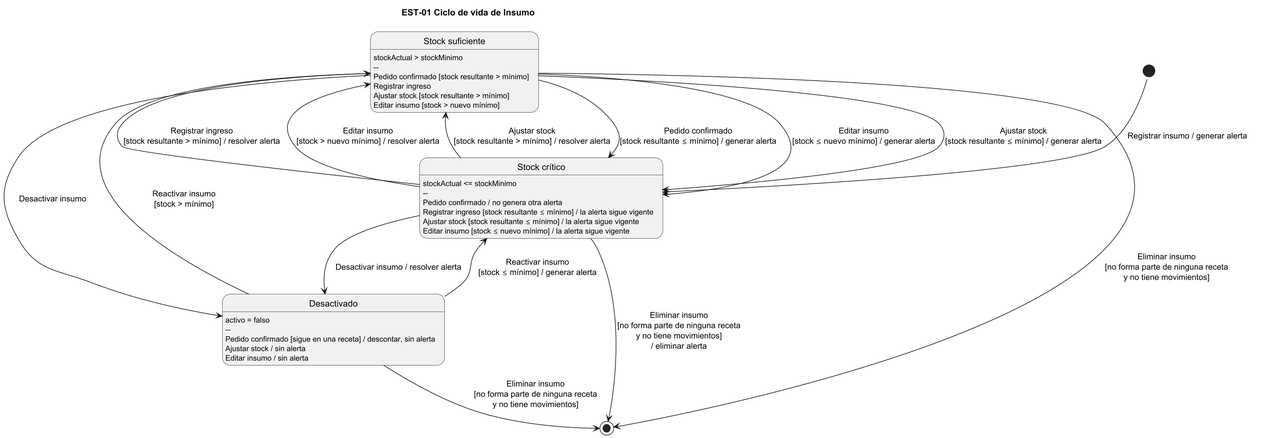
Earlier version of the PlantUML export diagramas/est-01.png (lambtto/Gestor-Inventario-Brookie). Source of this version:
```plantuml
@startuml est-01
!pragma layout smetana
title EST-01 Ciclo de vida de Insumo
skinparam dpi 140
skinparam nodesep 90
skinparam ranksep 70
state "Stock suficiente" as Suf
state "Stock crítico" as Cri
state "Desactivado" as Des

Suf : stockActual > stockMinimo
Suf : --
Suf : Pedido confirmado [stock resultante > mínimo]
Suf : Registrar ingreso
Suf : Ajustar stock [stock resultante > mínimo]
Suf : Editar insumo [stock > nuevo mínimo]
Cri : stockActual <= stockMinimo
Cri : --
Cri : Pedido confirmado / no genera otra alerta
Cri : Registrar ingreso [stock resultante ≤ mínimo] / la alerta sigue vigente
Cri : Ajustar stock [stock resultante ≤ mínimo] / la alerta sigue vigente
Cri : Editar insumo [stock ≤ nuevo mínimo] / la alerta sigue vigente
Des : activo = falso
Des : --
Des : Pedido confirmado [sigue en una receta] / descontar, sin alerta
Des : Ajustar stock / sin alerta
Des : Editar insumo / sin alerta

[*] --> Cri : Registrar insumo / generar alerta
Suf --> Cri : Pedido confirmado\n[stock resultante ≤ mínimo] / generar alerta
Cri --> Suf : Registrar ingreso\n[stock resultante > mínimo] / resolver alerta
Suf --> Des : Desactivar insumo
Cri --> Des : Desactivar insumo / resolver alerta
Suf --> [*] : Eliminar insumo\n[no forma parte de ninguna receta\ny no tiene movimientos]
Cri --> [*] : Eliminar insumo\n[no forma parte de ninguna receta\ny no tiene movimientos]\n/ eliminar alerta
Des --> [*] : Eliminar insumo\n[no forma parte de ninguna receta\ny no tiene movimientos]
Des --> Cri : Reactivar insumo\n[stock ≤ mínimo] / generar alerta
Des --> Suf : Reactivar insumo\n[stock > mínimo]
Suf --> Cri : Editar insumo\n[stock ≤ nuevo mínimo] / generar alerta
Cri --> Suf : Editar insumo\n[stock > nuevo mínimo] / resolver alerta
Suf --> Cri : Ajustar stock\n[stock resultante ≤ mínimo] / generar alerta
Cri --> Suf : Ajustar stock\n[stock resultante > mínimo] / resolver alerta
@enduml
```
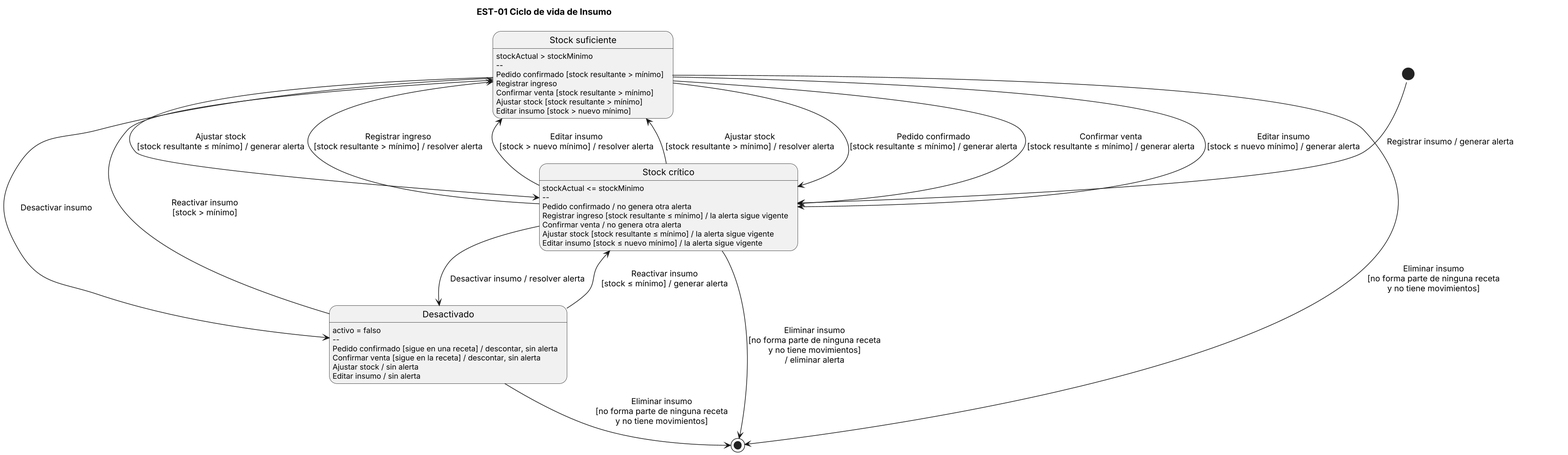
Above is the later version.

Diff of the diagram source:
```diff
@@ -12,22 +12,26 @@
 Suf : --
 Suf : Pedido confirmado [stock resultante > mínimo]
 Suf : Registrar ingreso
+Suf : Confirmar venta [stock resultante > mínimo]
 Suf : Ajustar stock [stock resultante > mínimo]
 Suf : Editar insumo [stock > nuevo mínimo]
 Cri : stockActual <= stockMinimo
 Cri : --
 Cri : Pedido confirmado / no genera otra alerta
 Cri : Registrar ingreso [stock resultante ≤ mínimo] / la alerta sigue vigente
+Cri : Confirmar venta / no genera otra alerta
 Cri : Ajustar stock [stock resultante ≤ mínimo] / la alerta sigue vigente
 Cri : Editar insumo [stock ≤ nuevo mínimo] / la alerta sigue vigente
 Des : activo = falso
 Des : --
 Des : Pedido confirmado [sigue en una receta] / descontar, sin alerta
+Des : Confirmar venta [sigue en la receta] / descontar, sin alerta
 Des : Ajustar stock / sin alerta
 Des : Editar insumo / sin alerta
 
 [*] --> Cri : Registrar insumo / generar alerta
 Suf --> Cri : Pedido confirmado\n[stock resultante ≤ mínimo] / generar alerta
+Suf --> Cri : Confirmar venta\n[stock resultante ≤ mínimo] / generar alerta
 Cri --> Suf : Registrar ingreso\n[stock resultante > mínimo] / resolver alerta
 Suf --> Des : Desactivar insumo
 Cri --> Des : Desactivar insumo / resolver alerta
```
